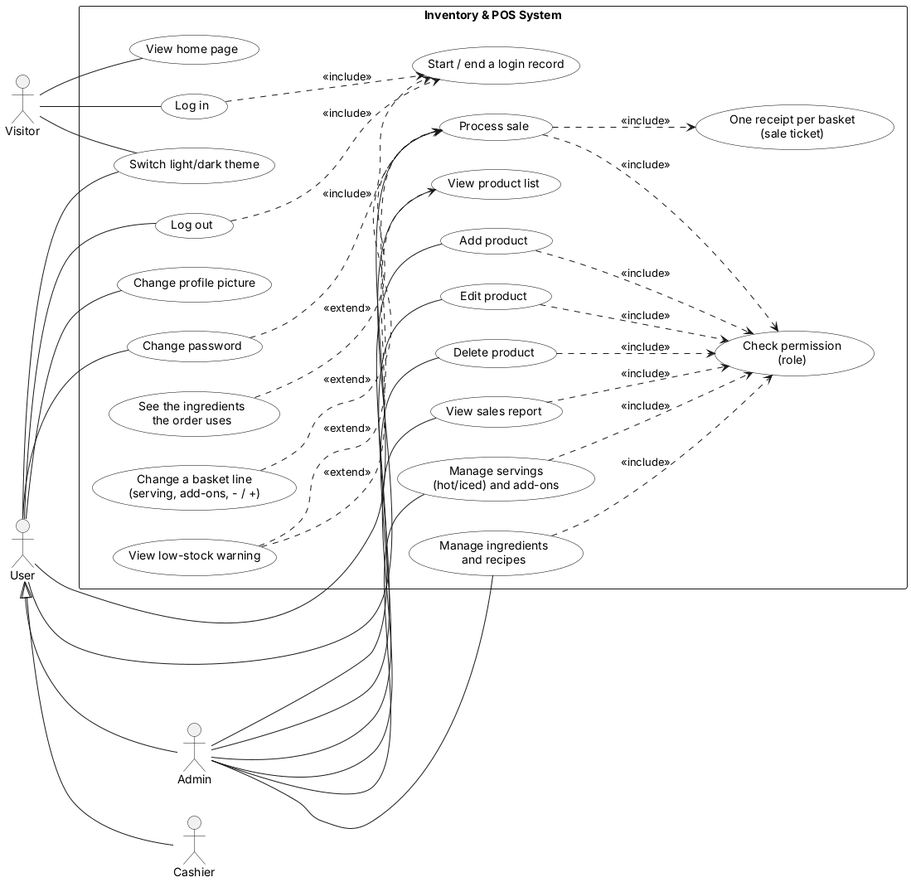
JmlAsync/inventory-pos-system keeps this PlantUML diagram as diagrams/use_case_diagram.png. Above is the earlier version.
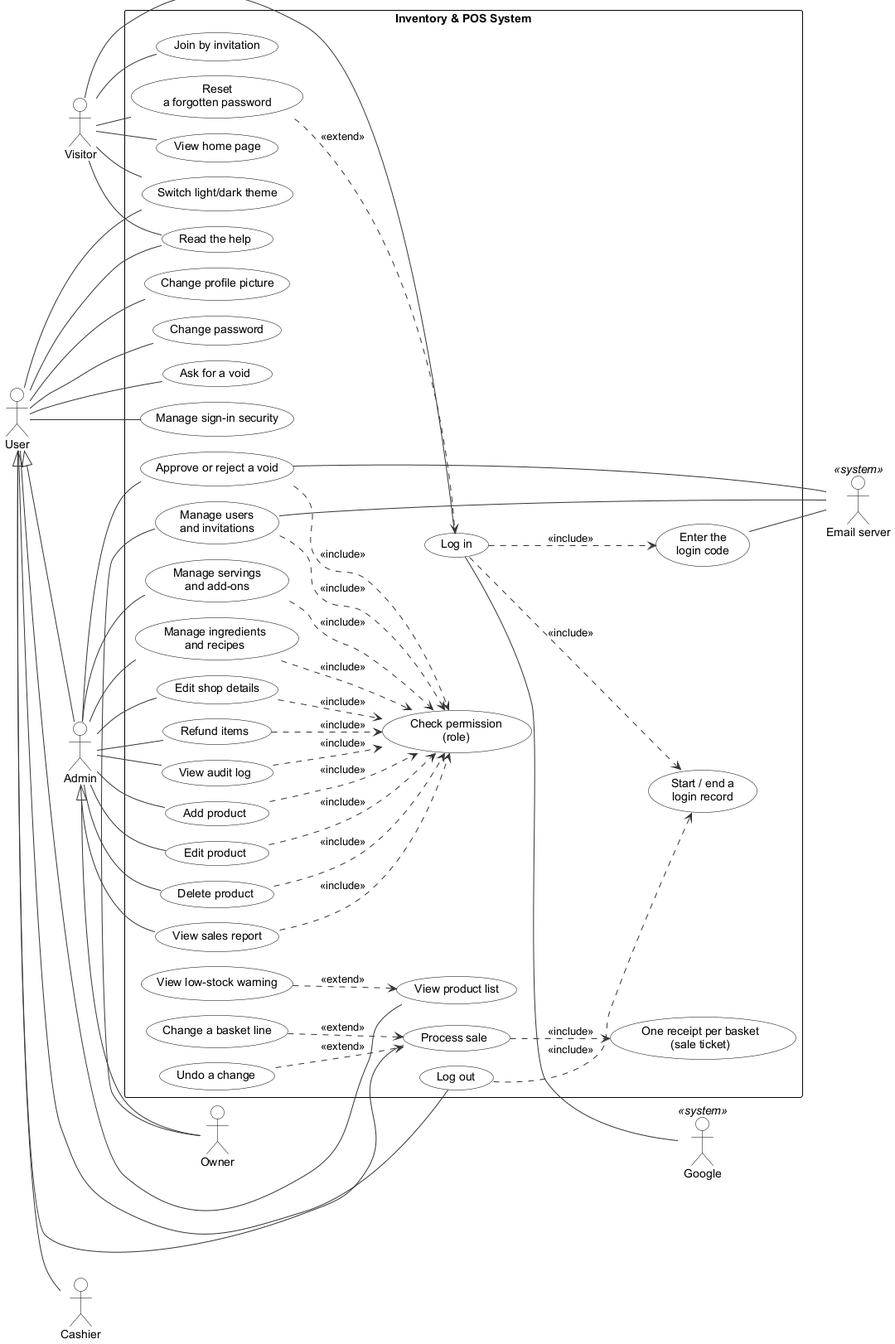
The same file after the commit.

Diff of the diagram source:
```diff
@@ -1,20 +1,54 @@
 @startuml
-
-left to right direction
-skinparam packageStyle rectangle
+!pragma layout smetana
+skinparam defaultFontName Arial
+skinparam shadowing false
+skinparam ArrowColor #333333
+skinparam rectangle {
+  BackgroundColor White
+  BorderColor Black
+}
 skinparam usecase {
   BackgroundColor White
   BorderColor Black
 }
+skinparam class {
+  BackgroundColor White
+  BorderColor Black
+  HeaderBackgroundColor #E6F1EE
+}
+skinparam activity {
+  BackgroundColor White
+  BorderColor Black
+}
+skinparam state {
+  BackgroundColor White
+  BorderColor Black
+}
+skinparam sequence {
+  ParticipantBackgroundColor White
+  ParticipantBorderColor Black
+  LifeLineBorderColor #888888
+  ActorBorderColor Black
+  ActorBackgroundColor White
+}
+skinparam note {
+  BackgroundColor #FFFBEA
+  BorderColor #C9B458
+}
+skinparam swimlaneWidth same
+hide circle
 
+left to right direction
 actor Visitor
 actor User
+actor Cashier
 actor Admin
-actor Cashier
-
+actor Owner
+actor "Email server" as Mail <<system>>
+actor "Google" as Google <<system>>
+User <|-- Cashier
 User <|-- Admin
-User <|-- Cashier
-
+Admin <|-- Owner
 rectangle "Inventory & POS System" {
   usecase "View home page" as UC01
   usecase "Log in" as UC02
@@ -23,53 +57,78 @@
   usecase "Add product" as UC05
   usecase "Edit product" as UC06
   usecase "Delete product" as UC07
-  usecase "Check permission\n(role)" as CHK
   usecase "Process sale" as UC08
   usecase "View low-stock warning" as UC09
   usecase "View sales report" as UC10
   usecase "Change profile picture" as UC11
   usecase "Switch light/dark theme" as UC12
   usecase "Change password" as UC13
-  usecase "Manage servings\n(hot/iced) and add-ons" as UC14
+  usecase "Manage servings\nand add-ons" as UC14
   usecase "Manage ingredients\nand recipes" as UC15
-  usecase "Change a basket line\n(serving, add-ons, - / +)" as EXT1
-  usecase "See the ingredients\nthe order uses" as EXT2
-  usecase "One receipt per basket\n(sale ticket)" as INC1
-  usecase "Start / end a login record" as INC2
+  usecase "Edit shop details" as UC16
+  usecase "Manage users\nand invitations" as UC17
+  usecase "Join by invitation" as UC18
+  usecase "Ask for a void" as UC19
+  usecase "Approve or reject a void" as UC20
+  usecase "Refund items" as UC21
+  usecase "View audit log" as UC22
+  usecase "Reset\na forgotten password" as UC23
+  usecase "Read the help" as UC24
+  usecase "Manage sign-in security" as UC25
+  usecase "Check permission\n(role)" as CHK
+  usecase "Enter the\nlogin code" as CODE
+  usecase "Start / end a\nlogin record" as REC
+  usecase "One receipt per basket\n(sale ticket)" as TICKET
+  usecase "Change a basket line" as LINE
+  usecase "Undo a change" as UNDO
 }
-
 Visitor -- UC01
 Visitor -- UC02
 Visitor -- UC12
-
+Visitor -- UC18
+Visitor -- UC23
+Visitor -- UC24
 User -- UC03
 User -- UC04
 User -- UC08
 User -- UC11
 User -- UC12
 User -- UC13
-
+User -- UC19
+User -- UC24
+User -- UC25
 Admin -- UC05
 Admin -- UC06
 Admin -- UC07
 Admin -- UC10
 Admin -- UC14
 Admin -- UC15
-
+Admin -- UC16
+Admin -- UC20
+Admin -- UC21
+Admin -- UC22
+Owner -- UC17
 UC05 ..> CHK : <<include>>
 UC06 ..> CHK : <<include>>
 UC07 ..> CHK : <<include>>
-UC08 ..> CHK : <<include>>
 UC10 ..> CHK : <<include>>
 UC14 ..> CHK : <<include>>
 UC15 ..> CHK : <<include>>
-
+UC16 ..> CHK : <<include>>
+UC20 ..> CHK : <<include>>
+UC21 ..> CHK : <<include>>
+UC22 ..> CHK : <<include>>
+UC17 ..> CHK : <<include>>
+UC02 ..> CODE : <<include>>
+UC02 ..> REC : <<include>>
+UC03 ..> REC : <<include>>
+UC08 ..> TICKET : <<include>>
+LINE ..> UC08 : <<extend>>
+UNDO ..> UC08 : <<extend>>
 UC09 ..> UC04 : <<extend>>
-UC09 ..> UC08 : <<extend>>
-EXT1 ..> UC08 : <<extend>>
-EXT2 ..> UC08 : <<extend>>
-UC08 ..> INC1 : <<include>>
-UC02 ..> INC2 : <<include>>
-UC03 ..> INC2 : <<include>>
-UC13 ..> INC2 : <<include>>
+UC23 ..> UC02 : <<extend>>
+CODE -- Mail
+UC17 -- Mail
+UC20 -- Mail
+UC02 -- Google
 @enduml
```
